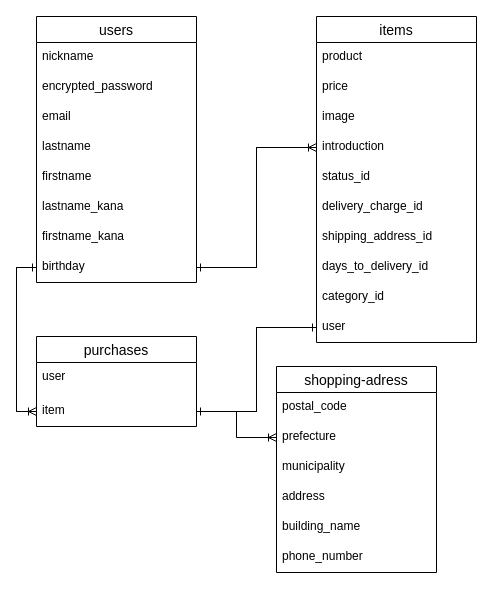
The draw.io diagram furima.dio in shiori0221/furima-35917, before the edit. Source tidied: cells renumbered, new cells numbered last; positions are measured from the earlier drawing's top-left corner, leaving out a move shared by most shapes. Both pictures are drawn from the tidied source at 100%, with x=0, y=0 at pixel (36, 16).
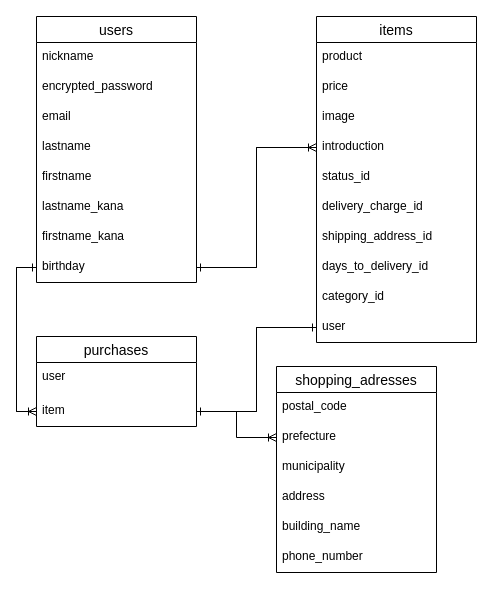
The same page after the edit.

Commit message (it also covers changes not shown here):
テーブル名をshopping_addressesに変更

What changed in the source:
```diff
@@
-    <mxCell id="25" value="shopping-adress" style="swimlane;fontStyle=0;horizontal=1;startSize=26;align=center;fontSize=14;" parent="1" vertex="1">
+    <mxCell id="25" value="shopping_adresses" style="swimlane;fontStyle=0;horizontal=1;startSize=26;align=center;fontSize=14;" parent="1" vertex="1">
       <mxGeometry x="240" y="350" width="160" height="206" as="geometry" />
     </mxCell>
```
